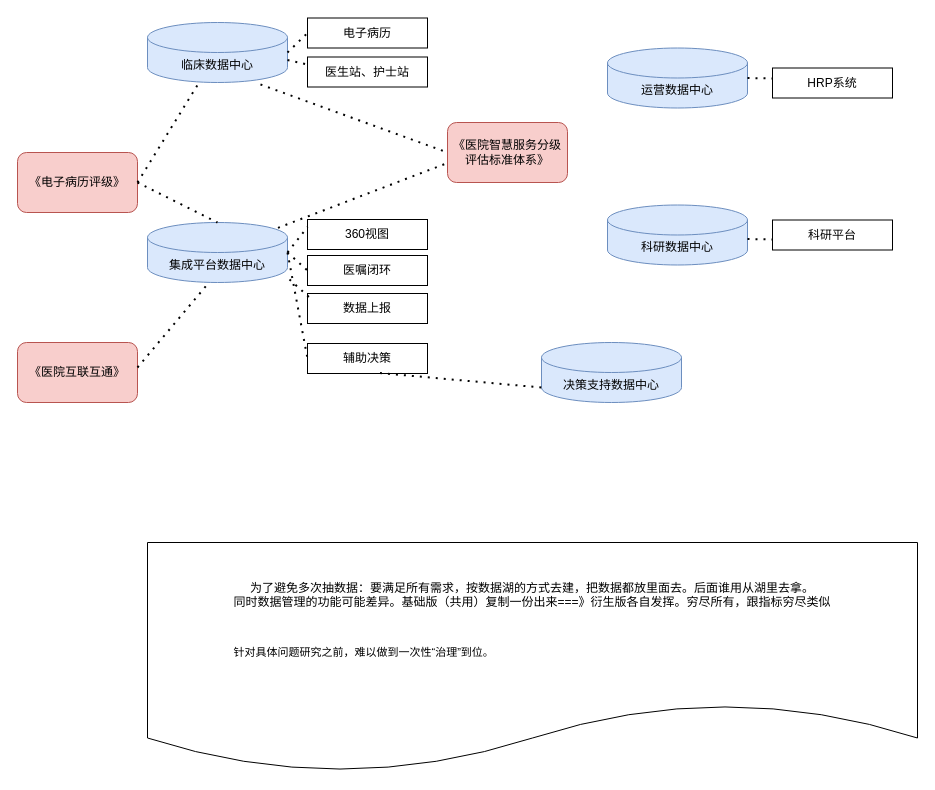
Above: page "第 1 页" (1 of 4) of 医院全量数据中心.drawio in goylsf/image (draw.io), before the change. Source tidied: cells renumbered, new cells numbered last; positions are measured from the earlier drawing's top-left corner, leaving out a move shared by most shapes. Both pictures are drawn from the tidied source at 100%, with x=0, y=0 at pixel (17, 17).
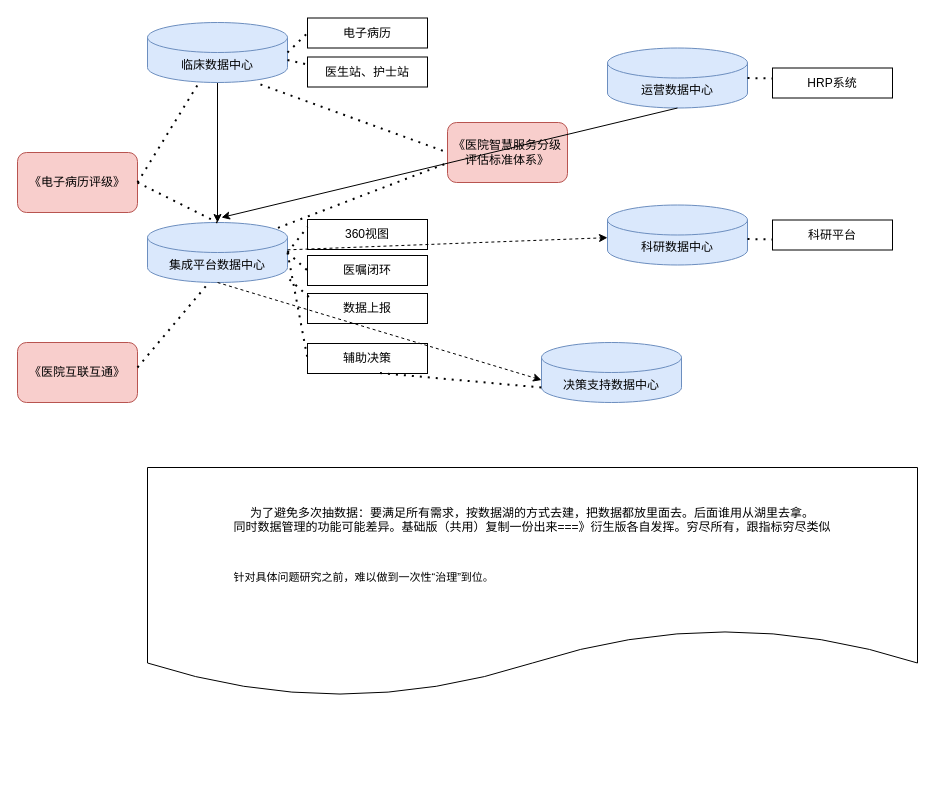
The same page after the edit.

Unchanged cells that the change refers to:
```xml
<mxCell id="2" value="临床数据中心" style="shape=cylinder3;whiteSpace=wrap;html=1;boundedLbl=1;backgroundOutline=1;size=15;fillColor=#dae8fc;strokeColor=#6c8ebf;" parent="1" vertex="1">
  <mxGeometry x="130" y="5" width="140" height="60" as="geometry" />
</mxCell>
<mxCell id="3" value="集成平台数据中心" style="shape=cylinder3;whiteSpace=wrap;html=1;boundedLbl=1;backgroundOutline=1;size=15;fillColor=#dae8fc;strokeColor=#6c8ebf;" parent="1" vertex="1">
  <mxGeometry x="130" y="205" width="140" height="60" as="geometry" />
</mxCell>
<mxCell id="4" value="决策支持数据中心" style="shape=cylinder3;whiteSpace=wrap;html=1;boundedLbl=1;backgroundOutline=1;size=15;fillColor=#dae8fc;strokeColor=#6c8ebf;" parent="1" vertex="1">
  <mxGeometry x="524" y="325" width="140" height="60" as="geometry" />
</mxCell>
<mxCell id="9" value="运营数据中心" style="shape=cylinder3;whiteSpace=wrap;html=1;boundedLbl=1;backgroundOutline=1;size=15;fillColor=#dae8fc;strokeColor=#6c8ebf;" parent="1" vertex="1">
  <mxGeometry x="590" y="30.5" width="140" height="60" as="geometry" />
</mxCell>
<mxCell id="15" value="科研数据中心" style="shape=cylinder3;whiteSpace=wrap;html=1;boundedLbl=1;backgroundOutline=1;size=15;fillColor=#dae8fc;strokeColor=#6c8ebf;" parent="1" vertex="1">
  <mxGeometry x="590" y="187.5" width="140" height="60" as="geometry" />
</mxCell>
```

Change to the diagram source:
```diff
@@
+    <mxCell id="33" style="edgeStyle=orthogonalEdgeStyle;rounded=0;jettySize=auto;html=1;exitX=0.5;exitY=1;exitDx=0;exitDy=0;exitPerimeter=0;fontSize=11;" parent="1" edge="1" source="2" target="3">
+      <mxGeometry relative="1" as="geometry" />
+    </mxCell>
@@
     <mxCell id="27" value="为了避免多次抽数据：要满足所有需求，按数据湖的方式去建，把数据都放里面去。后面谁用从湖里去拿。&lt;br&gt;同时数据管理的功能可能差异。基础版（共用）复制一份出来===》衍生版各自发挥。穷尽所有，跟指标穷尽类似&lt;br&gt;&lt;br&gt;&lt;br&gt;&lt;div style=&quot;line-height: 2.28571; text-align: left;&quot;&gt;&lt;font style=&quot;font-size: 11px;&quot;&gt;针对具体问题研究之前，难以做到一次性“治理”到位。&lt;/font&gt;&lt;/div&gt;" style="shape=document;whiteSpace=wrap;html=1;boundedLbl=1;" parent="1" vertex="1">
-      <mxGeometry x="130" y="525" width="770" height="230" as="geometry" />
+      <mxGeometry x="130" y="450" width="770" height="230" as="geometry" />
     </mxCell>
@@
+    <mxCell id="34" style="endArrow=classic;html=1;rounded=0;fontSize=11;exitX=0.5;exitY=1;exitDx=0;exitDy=0;exitPerimeter=0;" parent="1" edge="1" source="9">
+      <mxGeometry relative="1" as="geometry">
+        <mxPoint x="204" y="200" as="targetPoint" />
+      </mxGeometry>
+    </mxCell>
+    <mxCell id="35" style="endArrow=classic;html=1;rounded=0;fontSize=11;dashed=1;" parent="1" edge="1" source="3" target="15">
+      <mxGeometry relative="1" as="geometry" />
+    </mxCell>
+    <mxCell id="36" style="endArrow=classic;html=1;rounded=0;fontSize=11;dashed=1;entryX=0;entryY=0;entryDx=0;entryDy=37.5;entryPerimeter=0;exitX=0.5;exitY=1;exitDx=0;exitDy=0;exitPerimeter=0;" parent="1" edge="1" source="3" target="4">
+      <mxGeometry relative="1" as="geometry" />
+    </mxCell>
```
